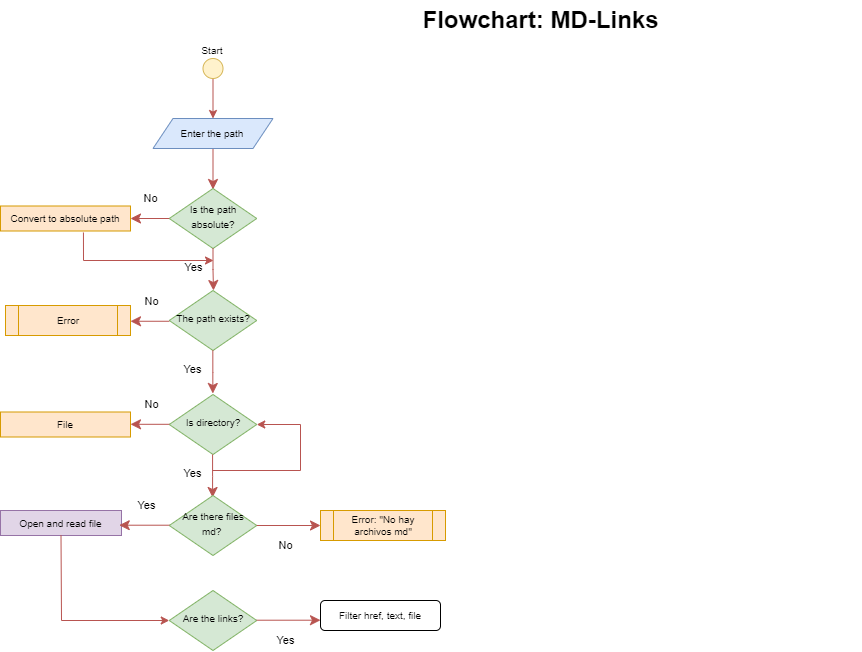
The draw.io diagram Diagrama_flujo_md-Links.drawio.png in arelia10/LIM017-md-links, before a commit. Source tidied: cells renumbered, new cells last; positions are measured from the earlier drawing's top-left corner, leaving out a move shared by most shapes. The source it was exported from:
```xml
<mxGraphModel>
  <root>
    <mxCell id="0" />
    <mxCell id="1" parent="0" />
    <mxCell id="2" style="rounded=0;html=1;jettySize=auto;orthogonalLoop=1;fontSize=11;endArrow=classic;endFill=1;endSize=8;strokeWidth=1;shadow=0;labelBackgroundColor=none;edgeStyle=orthogonalEdgeStyle;fillColor=#f8cecc;strokeColor=#b85450;" parent="1" edge="1">
      <mxGeometry relative="1" as="geometry">
        <mxPoint x="212.5" y="149" as="sourcePoint" />
        <mxPoint x="212.5" y="189" as="targetPoint" />
      </mxGeometry>
    </mxCell>
    <mxCell id="3" value="&lt;font style=&quot;font-size: 10px;&quot;&gt;Is the path absolute?&lt;/font&gt;" style="rhombus;whiteSpace=wrap;html=1;shadow=0;fontFamily=Helvetica;fontSize=12;align=center;strokeWidth=1;spacing=6;spacingTop=-4;fillColor=#d5e8d4;strokeColor=#82b366;" parent="1" vertex="1">
      <mxGeometry x="168.8" y="188" width="87.5" height="60" as="geometry" />
    </mxCell>
    <mxCell id="4" value="No" style="edgeStyle=orthogonalEdgeStyle;rounded=0;html=1;jettySize=auto;fontSize=11;endArrow=classic;endFill=1;endSize=8;strokeWidth=1;shadow=0;labelBackgroundColor=none;fillColor=#f8cecc;strokeColor=#b85450;" parent="1" edge="1" source="3" target="10">
      <mxGeometry x="-0.11" y="-20" relative="1" as="geometry" />
    </mxCell>
    <mxCell id="5" style="edgeStyle=orthogonalEdgeStyle;rounded=0;jettySize=auto;html=1;exitX=0.5;exitY=1;exitDx=0;exitDy=0;fillColor=#f8cecc;strokeColor=#b85450;entryX=0.5;entryY=0;entryDx=0;entryDy=0;" parent="1" edge="1" source="6" target="9">
      <mxGeometry relative="1" as="geometry" />
    </mxCell>
    <mxCell id="6" style="ellipse;whiteSpace=wrap;html=1;fillColor=#fff2cc;strokeColor=#d6b656;" parent="1" vertex="1">
      <mxGeometry x="202.5" y="58" width="20" height="20" as="geometry" />
    </mxCell>
    <mxCell id="7" value="Flowchart: MD-Links" style="text;strokeColor=none;fillColor=none;html=1;fontSize=24;fontStyle=1;verticalAlign=middle;align=center;" parent="1" vertex="1">
      <mxGeometry x="220" width="640" height="40" as="geometry" />
    </mxCell>
    <object id="8" label="&lt;font style=&quot;font-size: 10px;&quot;&gt;Start&lt;/font&gt;" name="Variable" placeholders="1">
      <mxCell style="text;html=1;strokeColor=none;fillColor=none;align=center;verticalAlign=middle;whiteSpace=wrap;overflow=hidden;" parent="1" vertex="1">
        <mxGeometry x="172.5" y="40" width="80" height="20" as="geometry" />
      </mxCell>
    </object>
    <mxCell id="9" value="&lt;span style=&quot;&quot;&gt;&lt;font style=&quot;font-size: 10px;&quot;&gt;Enter the path&lt;/font&gt;&lt;/span&gt;" style="shape=parallelogram;perimeter=parallelogramPerimeter;whiteSpace=wrap;html=1;fixedSize=1;fillColor=#dae8fc;strokeColor=#6c8ebf;" parent="1" vertex="1">
      <mxGeometry x="152.5" y="118" width="120" height="30" as="geometry" />
    </mxCell>
    <mxCell id="10" value="&lt;font style=&quot;font-size: 10px;&quot;&gt;Convert to absolute path&lt;/font&gt;" style="rounded=0;whiteSpace=wrap;html=1;fillColor=#ffe6cc;strokeColor=#d79b00;" parent="1" vertex="1">
      <mxGeometry y="205.5" width="130" height="25" as="geometry" />
    </mxCell>
    <mxCell id="11" value="Yes" style="edgeStyle=orthogonalEdgeStyle;rounded=0;html=1;jettySize=auto;fontSize=11;endArrow=classic;endFill=1;endSize=8;strokeWidth=1;shadow=0;labelBackgroundColor=none;fillColor=#f8cecc;strokeColor=#b85450;exitX=0.5;exitY=1;exitDx=0;exitDy=0;" parent="1" edge="1" source="3">
      <mxGeometry x="-0.11" y="-20" relative="1" as="geometry">
        <mxPoint x="213" y="290" as="targetPoint" />
      </mxGeometry>
    </mxCell>
    <mxCell id="12" value="&lt;font style=&quot;font-size: 10px;&quot;&gt;The path exists?&lt;/font&gt;" style="rhombus;whiteSpace=wrap;html=1;shadow=0;fontFamily=Helvetica;fontSize=12;align=center;strokeWidth=1;spacing=6;spacingTop=-4;fillColor=#d5e8d4;strokeColor=#82b366;" parent="1" vertex="1">
      <mxGeometry x="168.8" y="290" width="87.5" height="60" as="geometry" />
    </mxCell>
    <mxCell id="13" value="No" style="edgeStyle=orthogonalEdgeStyle;rounded=0;html=1;jettySize=auto;orthogonalLoop=1;fontSize=11;endArrow=classic;endFill=1;endSize=8;strokeWidth=1;shadow=0;labelBackgroundColor=none;fillColor=#f8cecc;strokeColor=#b85450;" parent="1" edge="1">
      <mxGeometry x="-0.11" y="-20" relative="1" as="geometry">
        <mxPoint x="168.8" y="320.8" as="sourcePoint" />
        <mxPoint x="130" y="320.8" as="targetPoint" />
      </mxGeometry>
    </mxCell>
    <mxCell id="14" value="Error" style="shape=process;whiteSpace=wrap;html=1;backgroundOutline=1;fontSize=10;fillColor=#ffe6cc;strokeColor=#d79b00;" parent="1" vertex="1">
      <mxGeometry x="5" y="305" width="125" height="30" as="geometry" />
    </mxCell>
    <mxCell id="15" value="Yes" style="edgeStyle=orthogonalEdgeStyle;rounded=0;html=1;jettySize=auto;orthogonalLoop=1;fontSize=11;endArrow=classic;endFill=1;endSize=8;strokeWidth=1;shadow=0;labelBackgroundColor=none;fillColor=#f8cecc;strokeColor=#b85450;" parent="1" edge="1">
      <mxGeometry x="-0.11" y="-20" relative="1" as="geometry">
        <mxPoint x="212.3" y="350" as="sourcePoint" />
        <mxPoint x="212.3" y="393" as="targetPoint" />
        <Array as="points">
          <mxPoint x="212.3" y="372" />
          <mxPoint x="212.3" y="372" />
        </Array>
      </mxGeometry>
    </mxCell>
    <mxCell id="16" value="&lt;font style=&quot;font-size: 10px;&quot;&gt;Is directory?&lt;/font&gt;" style="rhombus;whiteSpace=wrap;html=1;shadow=0;fontFamily=Helvetica;fontSize=12;align=center;strokeWidth=1;spacing=6;spacingTop=-4;fillColor=#d5e8d4;strokeColor=#82b366;" parent="1" vertex="1">
      <mxGeometry x="168.8" y="394" width="87.5" height="60" as="geometry" />
    </mxCell>
    <mxCell id="17" value="No" style="edgeStyle=orthogonalEdgeStyle;rounded=0;html=1;jettySize=auto;orthogonalLoop=1;fontSize=11;endArrow=classic;endFill=1;endSize=8;strokeWidth=1;shadow=0;labelBackgroundColor=none;fillColor=#f8cecc;strokeColor=#b85450;" parent="1" edge="1">
      <mxGeometry x="-0.11" y="-20" relative="1" as="geometry">
        <mxPoint x="168.8" y="423.8" as="sourcePoint" />
        <mxPoint x="130" y="423.8" as="targetPoint" />
      </mxGeometry>
    </mxCell>
    <mxCell id="18" style="endArrow=classic;html=1;rounded=0;fillColor=#f8cecc;strokeColor=#b85450;exitX=0.638;exitY=1.06;exitDx=0;exitDy=0;exitPerimeter=0;" parent="1" edge="1" source="10">
      <mxGeometry relative="1" as="geometry">
        <mxPoint x="213" y="260" as="targetPoint" />
        <Array as="points">
          <mxPoint x="83" y="260" />
        </Array>
      </mxGeometry>
    </mxCell>
    <mxCell id="19" value="Yes" style="edgeStyle=orthogonalEdgeStyle;rounded=0;html=1;jettySize=auto;orthogonalLoop=1;fontSize=11;endArrow=classic;endFill=1;endSize=8;strokeWidth=1;shadow=0;labelBackgroundColor=none;fillColor=#f8cecc;strokeColor=#b85450;" parent="1" edge="1">
      <mxGeometry x="-0.11" y="-20" relative="1" as="geometry">
        <mxPoint x="212.1" y="454" as="sourcePoint" />
        <mxPoint x="212.1" y="497" as="targetPoint" />
        <Array as="points">
          <mxPoint x="212.1" y="476" />
          <mxPoint x="212.1" y="476" />
        </Array>
      </mxGeometry>
    </mxCell>
    <mxCell id="20" value="&lt;font style=&quot;font-size: 10px;&quot;&gt;Are there files md?&amp;nbsp;&lt;/font&gt;" style="rhombus;whiteSpace=wrap;html=1;shadow=0;fontFamily=Helvetica;fontSize=12;align=center;strokeWidth=1;spacing=6;spacingTop=-4;fillColor=#d5e8d4;strokeColor=#82b366;" parent="1" vertex="1">
      <mxGeometry x="168.8" y="495" width="87.5" height="60" as="geometry" />
    </mxCell>
    <mxCell id="21" value="&lt;font style=&quot;font-size: 10px;&quot;&gt;File&lt;/font&gt;" style="rounded=0;whiteSpace=wrap;html=1;fillColor=#ffe6cc;strokeColor=#d79b00;" parent="1" vertex="1">
      <mxGeometry y="411.5" width="130" height="25" as="geometry" />
    </mxCell>
    <mxCell id="22" style="endArrow=classic;html=1;rounded=0;fillColor=#f8cecc;strokeColor=#b85450;entryX=1;entryY=0.5;entryDx=0;entryDy=0;" parent="1" edge="1" target="16">
      <mxGeometry relative="1" as="geometry">
        <mxPoint x="212" y="470" as="sourcePoint" />
        <Array as="points">
          <mxPoint x="300" y="470" />
          <mxPoint x="300" y="424" />
        </Array>
      </mxGeometry>
    </mxCell>
    <mxCell id="23" value="No" style="edgeStyle=orthogonalEdgeStyle;rounded=0;html=1;jettySize=auto;fontSize=11;endArrow=classic;endFill=1;endSize=8;strokeWidth=1;shadow=0;labelBackgroundColor=none;fillColor=#f8cecc;strokeColor=#b85450;entryX=0;entryY=0.5;entryDx=0;entryDy=0;exitX=1;exitY=0.5;exitDx=0;exitDy=0;" parent="1" edge="1" source="20" target="24">
      <mxGeometry x="-0.11" y="-20" relative="1" as="geometry" />
    </mxCell>
    <mxCell id="24" value="Error: &quot;No hay archivos md&quot;" style="shape=process;whiteSpace=wrap;html=1;backgroundOutline=1;fontSize=10;fillColor=#ffe6cc;strokeColor=#d79b00;" parent="1" vertex="1">
      <mxGeometry x="320" y="510" width="125" height="30" as="geometry" />
    </mxCell>
    <mxCell id="25" value="&lt;font style=&quot;font-size: 10px;&quot;&gt;Open and read file&lt;/font&gt;" style="rounded=0;whiteSpace=wrap;html=1;fillColor=#e1d5e7;strokeColor=#9673a6;" parent="1" vertex="1">
      <mxGeometry y="510" width="121" height="25" as="geometry" />
    </mxCell>
    <mxCell id="26" value="&lt;font style=&quot;font-size: 10px;&quot;&gt;Are the links?&lt;/font&gt;" style="rhombus;whiteSpace=wrap;html=1;shadow=0;fontFamily=Helvetica;fontSize=12;align=center;strokeWidth=1;spacing=6;spacingTop=-4;fillColor=#d5e8d4;strokeColor=#82b366;" parent="1" vertex="1">
      <mxGeometry x="168.8" y="590" width="87.5" height="60" as="geometry" />
    </mxCell>
    <mxCell id="27" style="endArrow=classic;html=1;rounded=0;fillColor=#f8cecc;strokeColor=#b85450;entryX=0;entryY=0.5;entryDx=0;entryDy=0;exitX=0.5;exitY=1;exitDx=0;exitDy=0;" parent="1" edge="1" source="25" target="26">
      <mxGeometry relative="1" as="geometry">
        <Array as="points">
          <mxPoint x="61" y="620" />
        </Array>
      </mxGeometry>
    </mxCell>
    <mxCell id="28" value="Yes" style="edgeStyle=orthogonalEdgeStyle;rounded=0;html=1;jettySize=auto;orthogonalLoop=1;fontSize=11;endArrow=classic;endFill=1;endSize=8;strokeWidth=1;shadow=0;labelBackgroundColor=none;fillColor=#f8cecc;strokeColor=#b85450;entryX=0;entryY=0.5;entryDx=0;entryDy=0;exitX=1;exitY=0.5;exitDx=0;exitDy=0;" parent="1" edge="1">
      <mxGeometry x="-0.11" y="-20" relative="1" as="geometry">
        <mxPoint x="256.2" y="619.7" as="sourcePoint" />
        <mxPoint x="320" y="619.7" as="targetPoint" />
      </mxGeometry>
    </mxCell>
    <mxCell id="29" value="Yes" style="edgeStyle=orthogonalEdgeStyle;rounded=0;html=1;jettySize=auto;orthogonalLoop=1;fontSize=11;endArrow=classic;endFill=1;endSize=8;strokeWidth=1;shadow=0;labelBackgroundColor=none;fillColor=#f8cecc;strokeColor=#b85450;exitX=1;exitY=0.5;exitDx=0;exitDy=0;" parent="1" edge="1">
      <mxGeometry x="-0.11" y="-20" relative="1" as="geometry">
        <mxPoint x="168.8" y="524.7" as="sourcePoint" />
        <mxPoint x="118.8" y="524.7" as="targetPoint" />
      </mxGeometry>
    </mxCell>
    <mxCell id="30" value="&lt;font style=&quot;font-size: 10px;&quot;&gt;Filter href, text, file&lt;/font&gt;" style="rounded=1;whiteSpace=wrap;html=1;" parent="1" vertex="1">
      <mxGeometry x="320" y="600" width="120" height="30" as="geometry" />
    </mxCell>
  </root>
</mxGraphModel>
```
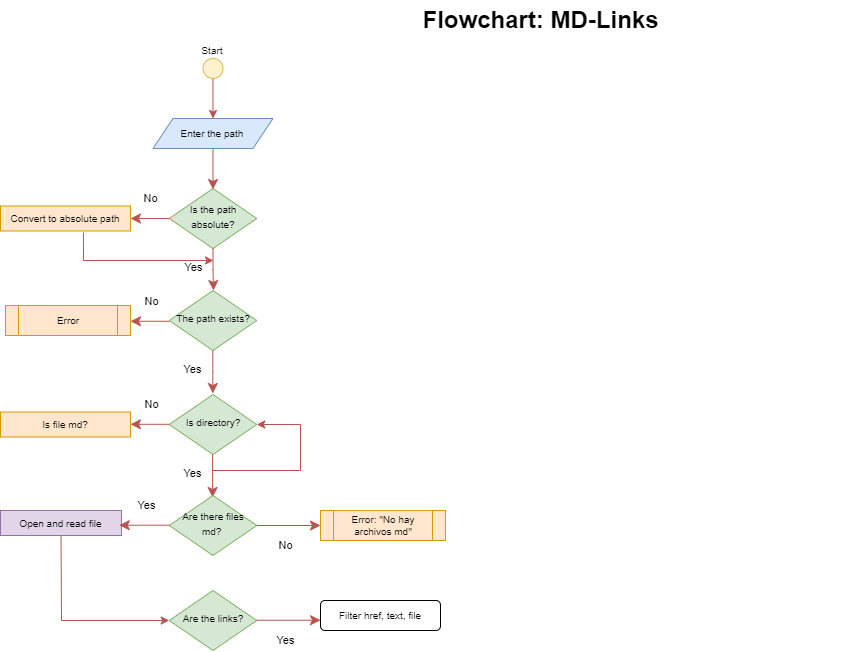
Above is the later version.

Diff of the diagram source:
```diff
@@ -91,7 +91,7 @@
     <mxCell id="20" value="&lt;font style=&quot;font-size: 10px;&quot;&gt;Are there files md?&amp;nbsp;&lt;/font&gt;" style="rhombus;whiteSpace=wrap;html=1;shadow=0;fontFamily=Helvetica;fontSize=12;align=center;strokeWidth=1;spacing=6;spacingTop=-4;fillColor=#d5e8d4;strokeColor=#82b366;" parent="1" vertex="1">
       <mxGeometry x="168.8" y="495" width="87.5" height="60" as="geometry" />
     </mxCell>
-    <mxCell id="21" value="&lt;font style=&quot;font-size: 10px;&quot;&gt;File&lt;/font&gt;" style="rounded=0;whiteSpace=wrap;html=1;fillColor=#ffe6cc;strokeColor=#d79b00;" parent="1" vertex="1">
+    <mxCell id="21" value="&lt;font style=&quot;font-size: 10px;&quot;&gt;Is file md?&lt;/font&gt;" style="rounded=0;whiteSpace=wrap;html=1;fillColor=#ffe6cc;strokeColor=#d79b00;" parent="1" vertex="1">
       <mxGeometry y="411.5" width="130" height="25" as="geometry" />
     </mxCell>
     <mxCell id="22" style="endArrow=classic;html=1;rounded=0;fillColor=#f8cecc;strokeColor=#b85450;entryX=1;entryY=0.5;entryDx=0;entryDy=0;" parent="1" edge="1" target="16">
```
